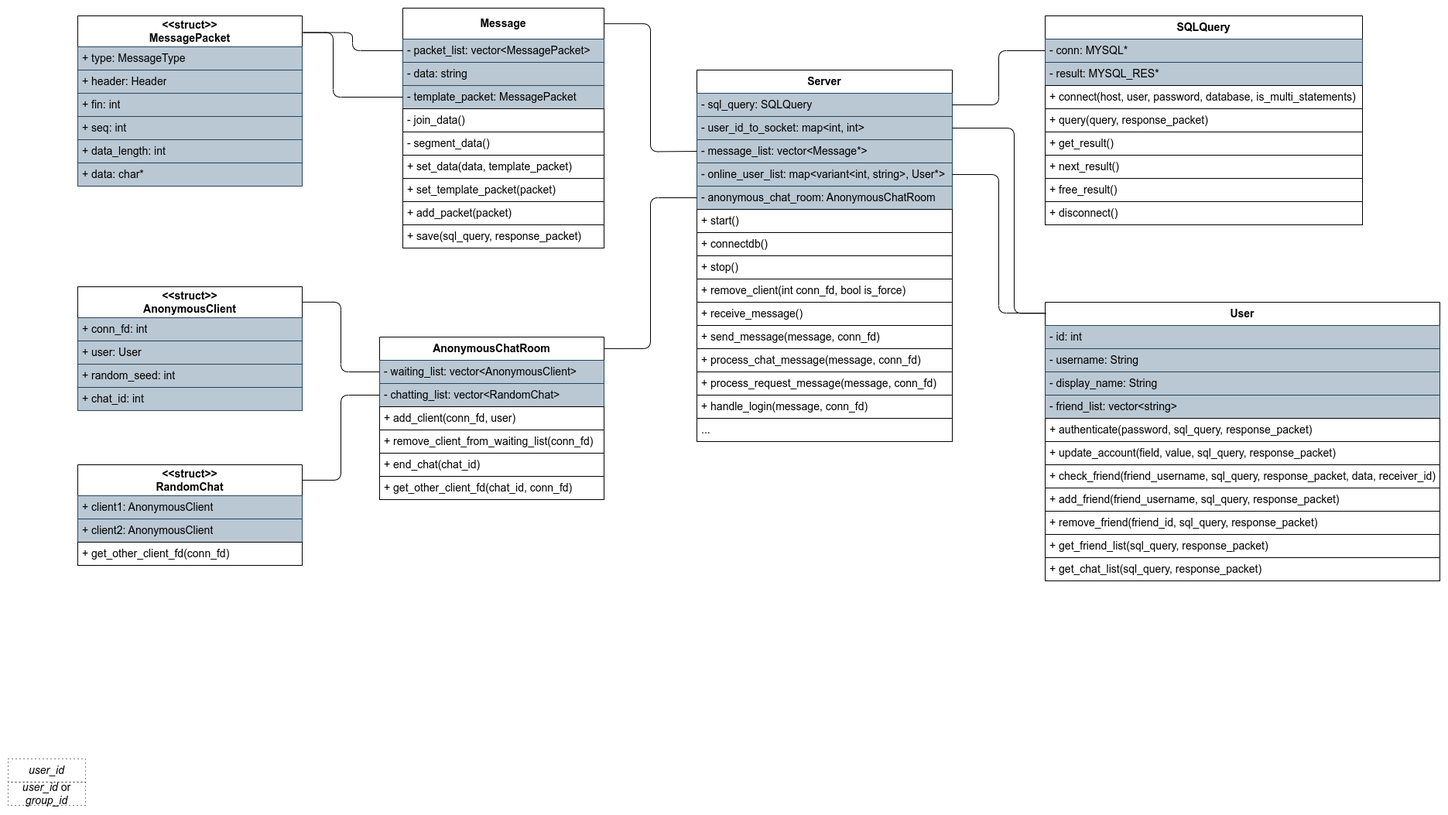
Earlier version of the draw.io export Design/class-diagram/server_class_diagram.png (vietnq2291/network-programming-project-20222). Source tidied: cells renumbered, new cells last; positions are measured from the earlier drawing's top-left corner, leaving out a move shared by most shapes.
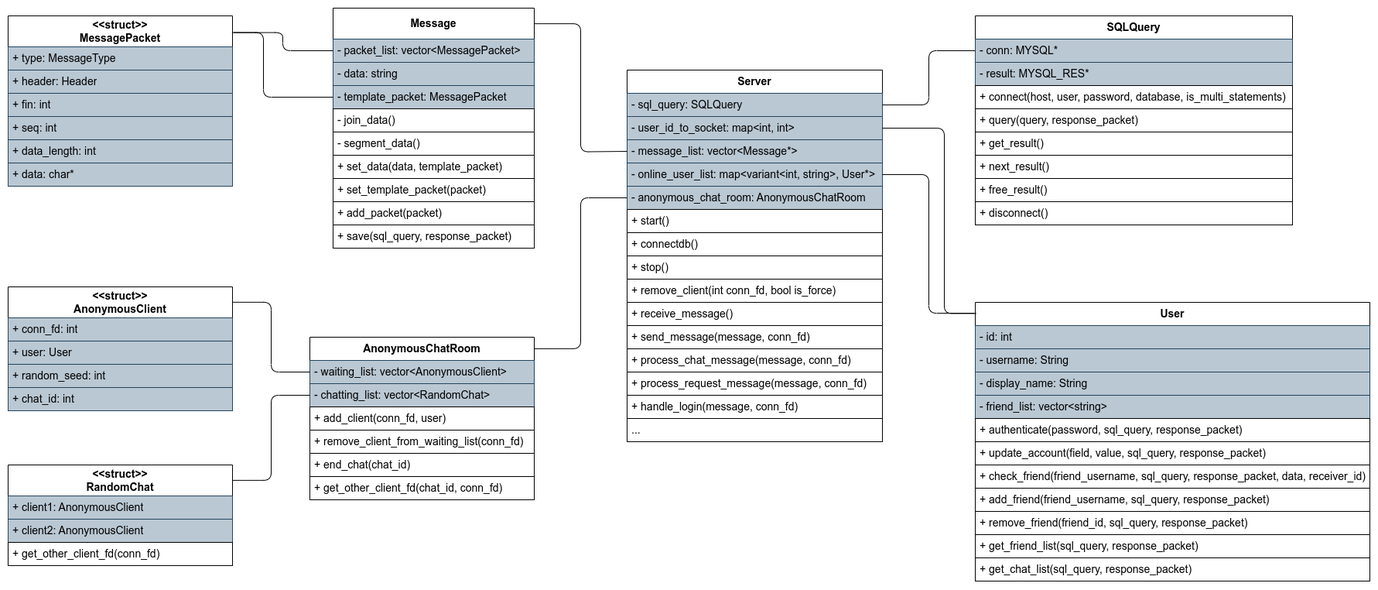
After the change.

Commit message:
update server class diagram

What changed in the source:
```diff
@@ -143,12 +143,6 @@
     <mxCell id="48" value="+ disconnect()" style="text;strokeColor=default;fillColor=none;align=left;verticalAlign=middle;spacingLeft=4;spacingRight=4;overflow=hidden;whiteSpace=wrap;html=1;fontSize=14;" parent="40" vertex="1">
       <mxGeometry y="240" width="410" height="30" as="geometry" />
     </mxCell>
-    <mxCell id="49" value="user_id" style="text;html=1;strokeColor=default;fillColor=none;align=center;verticalAlign=middle;whiteSpace=wrap;rounded=0;dashed=1;dashPattern=1 4;fontSize=14;fontStyle=2;" parent="1" vertex="1">
-      <mxGeometry y="970" width="100" height="30" as="geometry" />
-    </mxCell>
-    <mxCell id="50" value="&lt;i&gt;user_id&lt;/i&gt; or &lt;i&gt;group_id&lt;/i&gt;" style="text;html=1;strokeColor=default;fillColor=none;align=center;verticalAlign=middle;whiteSpace=wrap;rounded=0;dashed=1;dashPattern=1 4;fontSize=14;" parent="1" vertex="1">
-      <mxGeometry y="1000" width="100" height="30" as="geometry" />
-    </mxCell>
     <mxCell id="51" value="AnonymousChatRoom" style="swimlane;fontStyle=1;horizontal=1;startSize=30;whiteSpace=wrap;html=1;fontSize=14;" parent="1" vertex="1">
       <mxGeometry x="480" y="425" width="290" height="210" as="geometry" />
     </mxCell>
```
